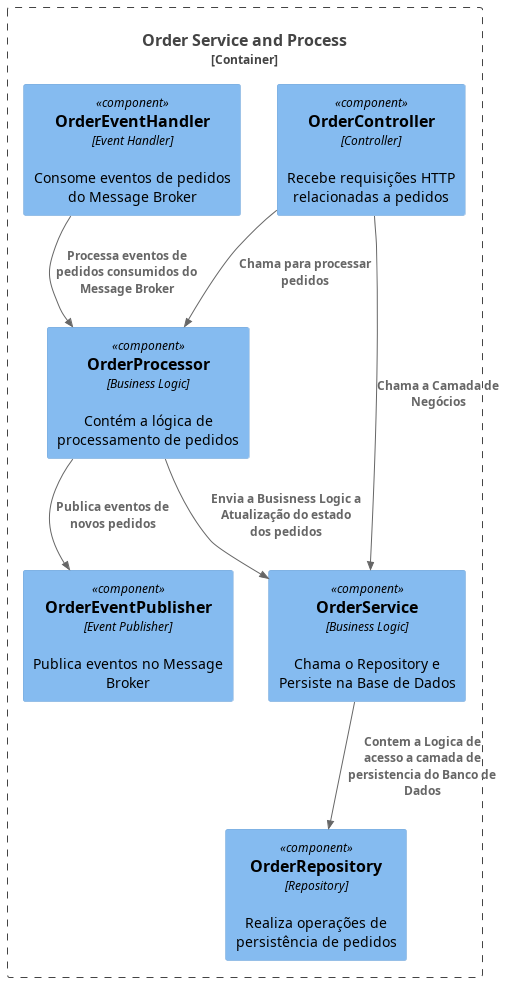
Above: assets/diagrams/out/n4-code-payment/Code n4.png in jnerydesigner/Bemol (PlantUML), before the change. The source it was exported from:
```plantuml
@startuml Code n4
!include https://raw.githubusercontent.com/plantuml-stdlib/C4-PlantUML/master/C4_Component.puml

Container_Boundary(orderServiceAndProcess, "Order Service and Process") {
    Component(orderController, "OrderController", "Controller", "Recebe requisições HTTP relacionadas a pedidos")
    Component(orderEventHandler, "OrderEventHandler", "Event Handler", "Consome eventos de pedidos do Message Broker")
    Component(orderRepository, "OrderRepository", "Repository", "Realiza operações de persistência de pedidos")
    Component(orderProcessor, "OrderProcessor", "Business Logic", "Contém a lógica de processamento de pedidos")
    Component(orderEventPublisher, "OrderEventPublisher", "Event Publisher", "Publica eventos no Message Broker")
    Component(orderService, "OrderService", "Business Logic", "Chama o Repository e Persiste na Base de Dados")
}


Rel(orderController, orderProcessor, "Chama para processar pedidos")
Rel(orderProcessor, orderService, "Envia a Busisness Logic a Atualização do estado dos pedidos")
Rel(orderProcessor, orderEventPublisher, "Publica eventos de novos pedidos")
Rel(orderEventHandler, orderProcessor, "Processa eventos de pedidos consumidos do Message Broker")
Rel(orderController, orderService, "Chama a Camada de Negócios")
Rel(orderService, orderRepository, "Contem a Logica de acesso a camada de persistencia do Banco de Dados")

@enduml
```
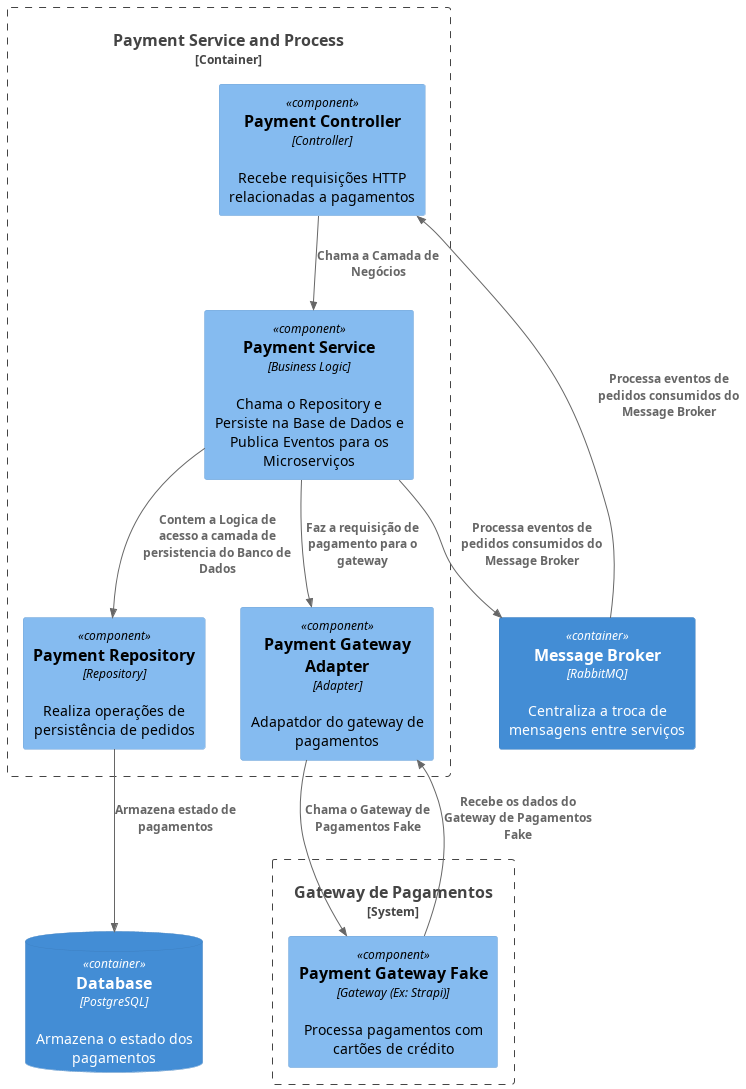
Later version of the same file.

Change to the diagram source:
```diff
@@ -1,21 +1,29 @@
 @startuml Code n4
 !include https://raw.githubusercontent.com/plantuml-stdlib/C4-PlantUML/master/C4_Component.puml
 
-Container_Boundary(orderServiceAndProcess, "Order Service and Process") {
-    Component(orderController, "OrderController", "Controller", "Recebe requisições HTTP relacionadas a pedidos")
-    Component(orderEventHandler, "OrderEventHandler", "Event Handler", "Consome eventos de pedidos do Message Broker")
-    Component(orderRepository, "OrderRepository", "Repository", "Realiza operações de persistência de pedidos")
-    Component(orderProcessor, "OrderProcessor", "Business Logic", "Contém a lógica de processamento de pedidos")
-    Component(orderEventPublisher, "OrderEventPublisher", "Event Publisher", "Publica eventos no Message Broker")
-    Component(orderService, "OrderService", "Business Logic", "Chama o Repository e Persiste na Base de Dados")
+Container_Boundary(paymentServiceAndProcess, "Payment Service and Process") {
+    Component(paymentController, "Payment Controller", "Controller", "Recebe requisições HTTP relacionadas a pagamentos")
+    Component(paymentRepository, "Payment Repository", "Repository", "Realiza operações de persistência de pedidos")
+    Component(paymentService, "Payment Service", "Business Logic", "Chama o Repository e Persiste na Base de Dados e Publica Eventos para os Microserviços")
+    Component(paymentGatewayAdapter, "Payment Gateway Adapter", "Adapter", "Adapatdor do gateway de pagamentos")
+
+}
+  ContainerDb(database, "Database", "PostgreSQL", "Armazena o estado dos pagamentos")
+  Container(broker, "Message Broker", "RabbitMQ", "Centraliza a troca de mensagens entre serviços")
+
+  System_Boundary(paymentGatewaySystem, "Gateway de Pagamentos") {
+  Component(paymentGateway, "Payment Gateway Fake", "Gateway (Ex: Strapi)", "Processa pagamentos com cartões de crédito")
 }
 
 
-Rel(orderController, orderProcessor, "Chama para processar pedidos")
-Rel(orderProcessor, orderService, "Envia a Busisness Logic a Atualização do estado dos pedidos")
-Rel(orderProcessor, orderEventPublisher, "Publica eventos de novos pedidos")
-Rel(orderEventHandler, orderProcessor, "Processa eventos de pedidos consumidos do Message Broker")
-Rel(orderController, orderService, "Chama a Camada de Negócios")
-Rel(orderService, orderRepository, "Contem a Logica de acesso a camada de persistencia do Banco de Dados")
+
+Rel(broker, paymentController, "Processa eventos de pedidos consumidos do Message Broker")
+Rel(paymentService, broker, "Processa eventos de pedidos consumidos do Message Broker")
+Rel(paymentController, paymentService, "Chama a Camada de Negócios")
+Rel(paymentService, paymentRepository, "Contem a Logica de acesso a camada de persistencia do Banco de Dados")
+Rel(paymentService, paymentGatewayAdapter, "Faz a requisição de pagamento para o gateway")
+Rel(paymentGatewayAdapter, paymentGateway, "Chama o Gateway de Pagamentos Fake")
+Rel(paymentGateway, paymentGatewayAdapter , "Recebe os dados do Gateway de Pagamentos Fake")
+Rel(paymentRepository, database, "Armazena estado de pagamentos")
 
 @enduml
```
